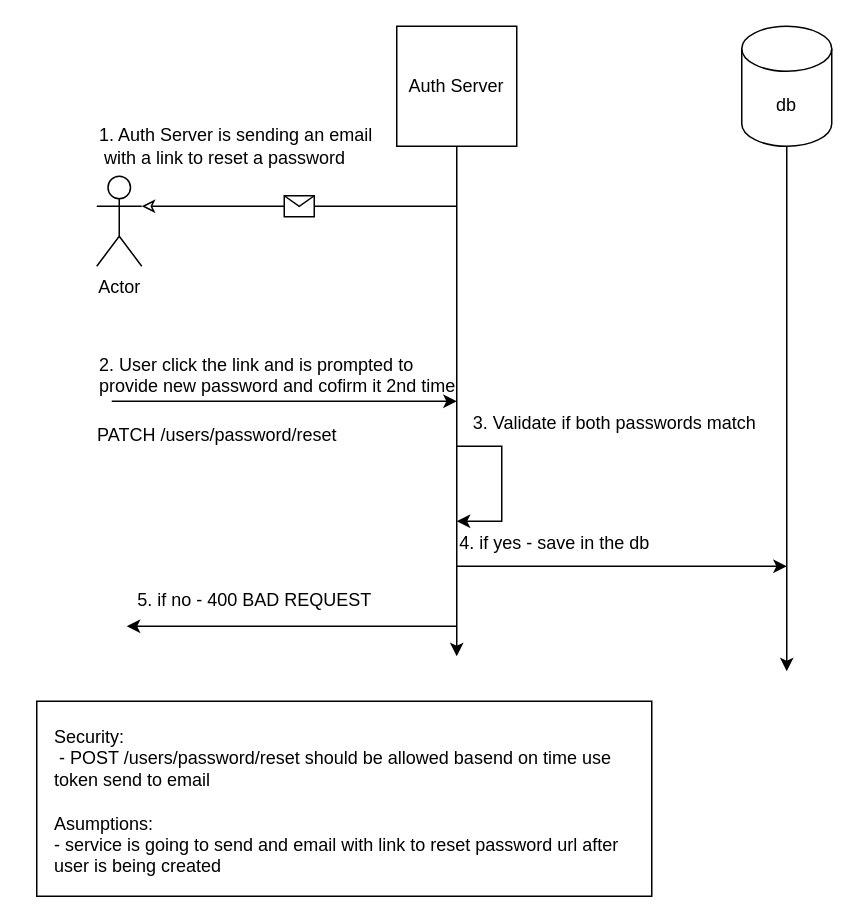
Before: User-password-reset.drawio in jakub-piecuch/book-and-drive-auth-server, a draw.io diagram. Source tidied: cells renumbered, new cells numbered last; positions are measured from the earlier drawing's top-left corner, leaving out a move shared by most shapes. Both pictures are drawn from the tidied source at 150%, with x=0, y=0 at pixel (36, 26).
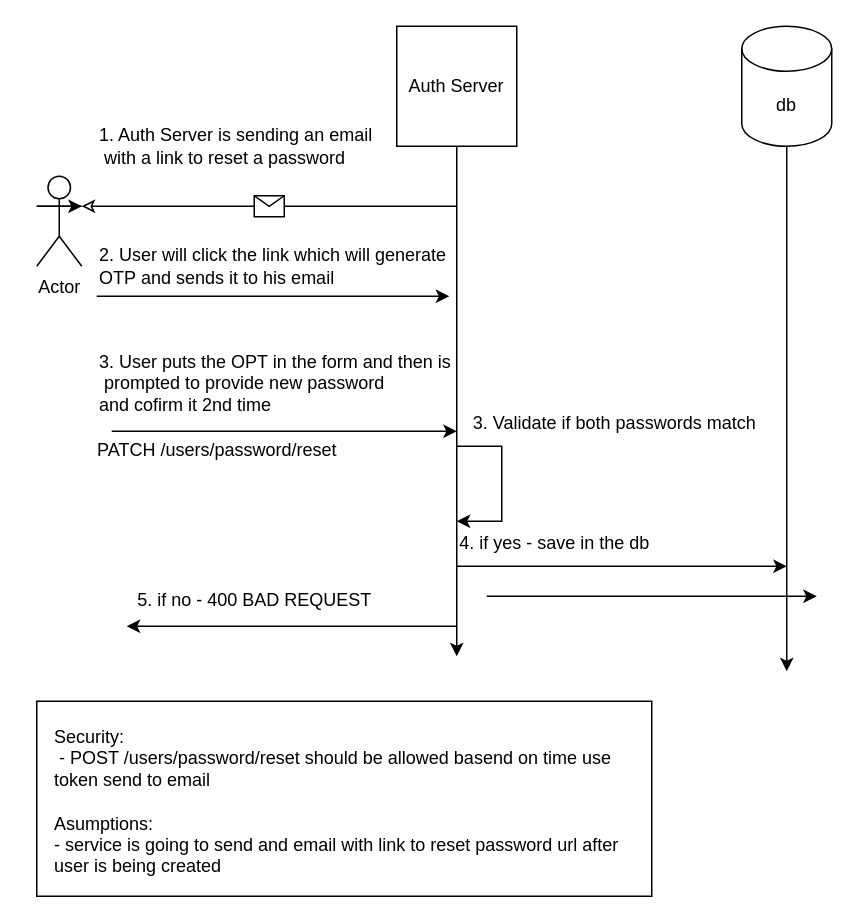
The same diagram, later.

Diff of the diagram source:
```diff
@@
+    <mxCell id="21" style="edgeStyle=orthogonalEdgeStyle;rounded=0;jettySize=auto;html=1;exitX=0;exitY=0.3333333333333333;exitDx=0;exitDy=0;exitPerimeter=0;" parent="1" edge="1" source="2">
+      <mxGeometry relative="1" as="geometry">
+        <mxPoint x="30" y="119.9" as="targetPoint" />
+      </mxGeometry>
+    </mxCell>
     <mxCell id="2" value="Actor" style="shape=umlActor;verticalLabelPosition=bottom;verticalAlign=top;html=1;outlineConnect=0;" parent="1" vertex="1">
-      <mxGeometry x="40" y="100" width="30" height="60" as="geometry" />
+      <mxGeometry y="100" width="30" height="60" as="geometry" />
     </mxCell>
@@
     <mxCell id="8" style="endArrow=classic;html=1;rounded=0;" parent="1" edge="1">
       <mxGeometry relative="1" as="geometry">
-        <mxPoint x="50" y="250" as="sourcePoint" />
-        <mxPoint x="280" y="250" as="targetPoint" />
+        <mxPoint x="50" y="270" as="sourcePoint" />
+        <mxPoint x="280" y="270" as="targetPoint" />
       </mxGeometry>
     </mxCell>
-    <mxCell id="9" value="2. User click the link and is prompted to&amp;nbsp;&lt;div&gt;provide new password and cofirm it 2nd time&lt;/div&gt;&lt;div&gt;&lt;br&gt;&lt;/div&gt;" style="text;html=1;align=left;verticalAlign=middle;strokeColor=none;fillColor=none;" parent="1" vertex="1">
-      <mxGeometry x="40" y="210" width="260" height="60" as="geometry" />
+    <mxCell id="9" value="3. User puts the OPT in the form and then is&lt;div&gt;&amp;nbsp;prompted to&amp;nbsp;&lt;span style=&quot;background-color: transparent; color: light-dark(rgb(0, 0, 0), rgb(255, 255, 255));&quot;&gt;provide new password&amp;nbsp;&lt;/span&gt;&lt;/div&gt;&lt;div&gt;&lt;span style=&quot;background-color: transparent; color: light-dark(rgb(0, 0, 0), rgb(255, 255, 255));&quot;&gt;and cofirm it 2nd time&lt;/span&gt;&lt;div&gt;&lt;br&gt;&lt;/div&gt;&lt;/div&gt;" style="text;html=1;align=left;verticalAlign=middle;strokeColor=none;fillColor=none;" parent="1" vertex="1">
+      <mxGeometry x="40" y="210" width="260" height="70" as="geometry" />
     </mxCell>
     <mxCell id="10" value="PATCH /users/password/reset&lt;div&gt;&lt;br&gt;&lt;/div&gt;" style="text;html=1;align=center;verticalAlign=middle;strokeColor=none;fillColor=none;" parent="1" vertex="1">
-      <mxGeometry x="30" y="260" width="180" height="40" as="geometry" />
+      <mxGeometry x="30" y="270" width="180" height="40" as="geometry" />
     </mxCell>
@@
+    <mxCell id="22" style="endArrow=classic;html=1;rounded=0;" parent="1" edge="1">
+      <mxGeometry relative="1" as="geometry">
+        <mxPoint x="40" y="180" as="sourcePoint" />
+        <mxPoint x="275" y="180" as="targetPoint" />
+      </mxGeometry>
+    </mxCell>
+    <mxCell id="23" style="endArrow=classic;html=1;rounded=0;" parent="1" edge="1">
+      <mxGeometry relative="1" as="geometry">
+        <mxPoint x="300" y="380" as="sourcePoint" />
+        <mxPoint x="520" y="380" as="targetPoint" />
+      </mxGeometry>
+    </mxCell>
+    <mxCell id="24" value="2. User will click the link which will generate&amp;nbsp;&lt;div&gt;OTP&amp;nbsp;&lt;span style=&quot;background-color: transparent; color: light-dark(rgb(0, 0, 0), rgb(255, 255, 255));&quot;&gt;and sends it to his email&lt;/span&gt;&lt;/div&gt;" style="text;html=1;align=left;verticalAlign=middle;strokeColor=none;fillColor=none;" parent="1" vertex="1">
+      <mxGeometry x="40" y="140" width="260" height="40" as="geometry" />
+    </mxCell>
```
